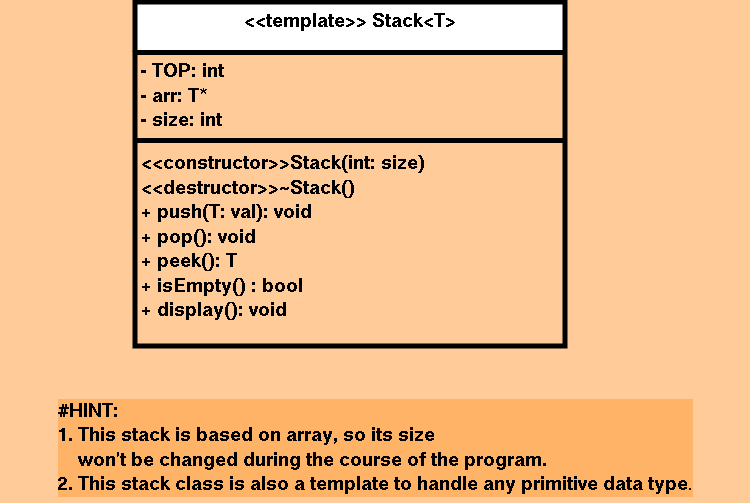
This is DataStructures/Stack/StackBasedArray/classDiagram.png from Alsayed-Aldkhakhni/CPP, a draw.io export, as it was before one commit. Source tidied: cells renumbered, new cells last; positions are measured from the earlier drawing's top-left corner, leaving out a move shared by most shapes.
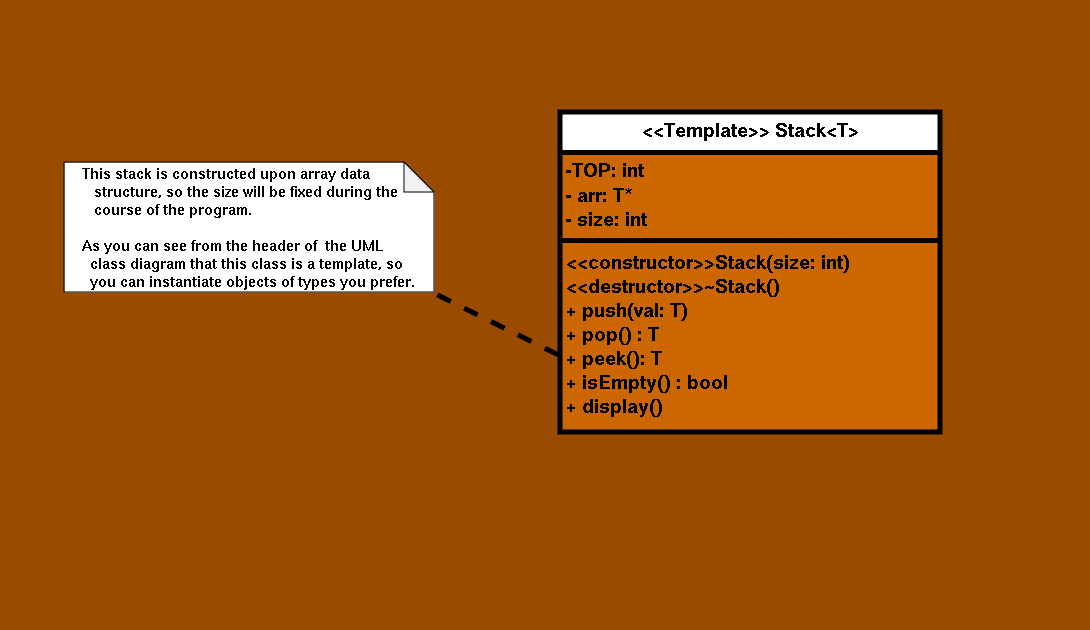
After the commit.

Commit message:
UML class diagram, edited.

The edit, as a diff of the source:
```diff
@@ -1,21 +1,42 @@
-<mxGraphModel background="#FFCC99">
+<mxGraphModel background="#994C00">
   <root>
     <mxCell id="0" />
     <mxCell id="1" parent="0" />
-    <mxCell id="2" value="&lt;div align=&quot;left&quot; style=&quot;font-size: 20px;&quot;&gt;&lt;font style=&quot;font-size: 20px;&quot;&gt;&lt;b&gt;#HINT:&lt;/b&gt;&lt;/font&gt;&lt;/div&gt;&lt;div align=&quot;left&quot; style=&quot;font-size: 20px;&quot;&gt;&lt;font style=&quot;font-size: 20px;&quot;&gt;&lt;b&gt;1. This stack is based on array, so its size&lt;/b&gt;&lt;/font&gt;&lt;/div&gt;&lt;div align=&quot;left&quot; style=&quot;font-size: 20px;&quot;&gt;&lt;font style=&quot;font-size: 20px;&quot;&gt;&lt;b&gt;&amp;nbsp;&amp;nbsp;&amp;nbsp; won't be changed during the course of the program.&lt;/b&gt;&lt;/font&gt;&lt;/div&gt;&lt;div align=&quot;left&quot; style=&quot;font-size: 20px;&quot;&gt;&lt;font style=&quot;font-size: 20px;&quot;&gt;&lt;b&gt;2. This stack class is also a template to handle any primitive data type&lt;/b&gt;&lt;/font&gt;.&lt;/div&gt;" style="text;html=1;align=center;verticalAlign=middle;strokeColor=none;fillColor=none;labelBackgroundColor=#FFB366;rotation=0;" parent="1" vertex="1">
-      <mxGeometry y="390" width="750" height="110" as="geometry" />
-    </mxCell>
-    <mxCell id="3" value="&lt;font style=&quot;font-size: 20px;&quot;&gt;&amp;lt;&amp;lt;template&amp;gt;&amp;gt; Stack&amp;lt;T&amp;gt;&lt;/font&gt;" style="swimlane;fontStyle=1;align=center;verticalAlign=top;horizontal=1;startSize=50;whiteSpace=wrap;html=1;strokeWidth=5;swimlaneFillColor=#FFCC99;" parent="1" vertex="1">
-      <mxGeometry x="135" width="430" height="344" as="geometry" />
-    </mxCell>
-    <mxCell id="4" value="&lt;font style=&quot;font-size: 20px;&quot;&gt;&lt;b&gt;&lt;span style=&quot;background-color: rgb(255, 204, 153);&quot;&gt;- TOP: int&lt;br&gt;- arr: T*&lt;br&gt;- size: int&lt;/span&gt;&lt;/b&gt;&lt;/font&gt;&lt;div style=&quot;font-size: 20px;&quot;&gt;&lt;font style=&quot;font-size: 20px;&quot;&gt;&lt;b&gt;&lt;span style=&quot;background-color: rgb(255, 204, 153);&quot;&gt;&lt;br&gt;&lt;br&gt;&lt;br&gt;&lt;/span&gt;&lt;/b&gt;&lt;/font&gt;&lt;/div&gt;" style="text;strokeColor=none;fillColor=none;align=left;verticalAlign=top;spacingLeft=4;spacingRight=4;overflow=hidden;whiteSpace=wrap;html=1;" parent="3" vertex="1">
-      <mxGeometry y="50" width="430" height="84" as="geometry" />
-    </mxCell>
-    <mxCell id="5" style="line;strokeWidth=5;fillColor=none;align=left;verticalAlign=middle;spacingTop=-1;spacingLeft=3;spacingRight=3;labelPosition=right;strokeColor=inherit;" parent="3" vertex="1">
-      <mxGeometry y="134" width="430" height="8" as="geometry" />
-    </mxCell>
-    <mxCell id="6" value="&lt;font style=&quot;font-size: 20px;&quot;&gt;&lt;b&gt;&amp;lt;&amp;lt;constructor&amp;gt;&amp;gt;Stack(int: size)&lt;br&gt;&amp;lt;&amp;lt;destructor&amp;gt;&amp;gt;~Stack()&lt;br&gt;+ push(T: val): void&lt;br&gt;+ pop(): void&lt;br&gt;+ peek(): T&lt;br&gt;+ isEmpty() : bool&lt;br&gt;+ display(): void&lt;/b&gt;&lt;/font&gt;&lt;div style=&quot;font-size: 20px;&quot;&gt;&lt;b&gt;&lt;font style=&quot;font-size: 20px;&quot;&gt;&lt;br&gt;&lt;br&gt;&lt;/font&gt;&lt;br&gt;&lt;/b&gt;&lt;/div&gt;" style="text;strokeColor=none;fillColor=none;align=left;verticalAlign=top;spacingLeft=4;spacingRight=4;overflow=hidden;whiteSpace=wrap;html=1;" parent="3" vertex="1">
-      <mxGeometry y="142" width="430" height="202" as="geometry" />
-    </mxCell>
+    <mxCell id="7" value="&lt;font style=&quot;font-size: 20px;&quot;&gt;&amp;lt;&amp;lt;Template&amp;gt;&amp;gt; Stack&amp;lt;T&amp;gt;&lt;/font&gt;" style="swimlane;fontStyle=1;align=center;verticalAlign=top;horizontal=1;startSize=40;whiteSpace=wrap;html=1;swimlaneFillColor=#CC6600;gradientColor=none;strokeWidth=5;" parent="1" vertex="1">
+      <mxGeometry x="346" y="50" width="380" height="320" as="geometry" />
+    </mxCell>
+    <mxCell id="8" value="&lt;div style=&quot;font-size: 20px;&quot;&gt;&lt;font style=&quot;font-size: 20px;&quot;&gt;&lt;b&gt;-TOP: int&lt;/b&gt;&lt;/font&gt;&lt;/div&gt;&lt;div style=&quot;font-size: 20px;&quot;&gt;&lt;font style=&quot;font-size: 20px;&quot;&gt;&lt;b&gt;- arr: T*&lt;/b&gt;&lt;/font&gt;&lt;/div&gt;&lt;div style=&quot;font-size: 20px;&quot;&gt;&lt;b&gt;&lt;font style=&quot;font-size: 20px;&quot;&gt;- size: int&lt;/font&gt;&lt;br&gt;&lt;/b&gt;&lt;/div&gt;" style="text;strokeColor=none;fillColor=none;align=left;verticalAlign=top;spacingLeft=4;spacingRight=4;overflow=hidden;whiteSpace=wrap;html=1;" parent="7" vertex="1">
+      <mxGeometry y="40" width="380" height="84" as="geometry" />
+    </mxCell>
+    <mxCell id="9" style="line;strokeWidth=5;fillColor=none;align=left;verticalAlign=middle;spacingTop=-1;spacingLeft=3;spacingRight=3;labelPosition=right;strokeColor=inherit;" parent="7" vertex="1">
+      <mxGeometry y="124" width="380" height="8" as="geometry" />
+    </mxCell>
+    <mxCell id="10" value="&lt;b&gt;&lt;font style=&quot;font-size: 20px;&quot;&gt;&amp;lt;&amp;lt;constructor&amp;gt;&amp;gt;Stack(size: int)&lt;br&gt;&amp;lt;&amp;lt;destructor&amp;gt;&amp;gt;~Stack()&lt;br&gt;+ push(val: T)&lt;br&gt;+ pop() : T&lt;br&gt;+ peek(): T&lt;br&gt;+ isEmpty() : bool&lt;br&gt;+ display()&lt;/font&gt;&lt;/b&gt;&lt;div style=&quot;font-size: 20px;&quot;&gt;&lt;b&gt;&lt;font style=&quot;font-size: 20px;&quot;&gt;&lt;br&gt;&lt;br&gt;&lt;/font&gt;&lt;br&gt;&lt;br&gt;&lt;/b&gt;&lt;/div&gt;" style="text;strokeColor=none;fillColor=none;align=left;verticalAlign=top;spacingLeft=4;spacingRight=4;overflow=hidden;points=[[0,0.5],[1,0.5]];portConstraint=eastwest;whiteSpace=wrap;html=1;" parent="7" vertex="1">
+      <mxGeometry y="132" width="380" height="188" as="geometry" />
+    </mxCell>
+    <mxCell id="11" value="&amp;nbsp;" style="text;html=1;align=center;verticalAlign=middle;strokeColor=none;fillColor=none;" parent="1" vertex="1">
+      <mxGeometry x="296" y="-62" width="30" height="30" as="geometry" />
+    </mxCell>
+    <mxCell id="12" value="&amp;nbsp;" style="text;html=1;align=center;verticalAlign=middle;strokeColor=none;fillColor=none;" parent="1" vertex="1">
+      <mxGeometry x="696" y="138" width="30" height="30" as="geometry" />
+    </mxCell>
+    <mxCell id="13" value="&amp;nbsp;" style="text;html=1;align=center;verticalAlign=middle;strokeColor=none;fillColor=none;" parent="1" vertex="1">
+      <mxGeometry x="-74" y="138" width="30" height="30" as="geometry" />
+    </mxCell>
+    <mxCell id="14" value="&lt;div align=&quot;left&quot; style=&quot;font-size: 15px;&quot;&gt;&lt;b&gt;&lt;font style=&quot;font-size: 15px;&quot;&gt;This stack is constructed upon array data&lt;/font&gt;&lt;/b&gt;&lt;/div&gt;&lt;div align=&quot;left&quot; style=&quot;font-size: 15px;&quot;&gt;&lt;b&gt;&lt;font style=&quot;font-size: 15px;&quot;&gt;&amp;nbsp;&amp;nbsp; structure, so the size will be fixed during the&lt;/font&gt;&lt;/b&gt;&lt;/div&gt;&lt;div align=&quot;left&quot; style=&quot;font-size: 15px;&quot;&gt;&lt;b&gt;&lt;font style=&quot;font-size: 15px;&quot;&gt;&amp;nbsp;&amp;nbsp; course of the program.&lt;/font&gt;&lt;/b&gt;&lt;/div&gt;&lt;div align=&quot;left&quot; style=&quot;font-size: 15px;&quot;&gt;&lt;b&gt;&lt;font style=&quot;font-size: 15px;&quot;&gt;&lt;br&gt;&lt;/font&gt;&lt;/b&gt;&lt;/div&gt;&lt;div align=&quot;left&quot; style=&quot;font-size: 15px;&quot;&gt;&lt;b&gt;&lt;font style=&quot;font-size: 15px;&quot;&gt;As you can see from the header of&amp;nbsp; the UML&lt;/font&gt;&lt;/b&gt;&lt;/div&gt;&lt;div align=&quot;left&quot; style=&quot;font-size: 15px;&quot;&gt;&lt;b&gt;&lt;font style=&quot;font-size: 15px;&quot;&gt;&amp;nbsp; class diagram that this class is a template, so&lt;/font&gt;&lt;/b&gt;&lt;/div&gt;&lt;div align=&quot;left&quot; style=&quot;font-size: 15px;&quot;&gt;&lt;b&gt;&lt;font style=&quot;font-size: 15px;&quot;&gt;&amp;nbsp; you can instantiate objects of types you prefer.&lt;br&gt;&lt;/font&gt;&lt;/b&gt;&lt;/div&gt;" style="shape=note;whiteSpace=wrap;html=1;backgroundOutline=1;darkOpacity=0.05;" parent="1" vertex="1">
+      <mxGeometry x="-150" y="100" width="370" height="130" as="geometry" />
+    </mxCell>
+    <mxCell id="15" style="endArrow=none;dashed=1;html=1;rounded=0;strokeWidth=5;exitX=-0.006;exitY=0.587;exitDx=0;exitDy=0;exitPerimeter=0;entryX=0.977;entryY=0.975;entryDx=0;entryDy=0;entryPerimeter=0;" parent="1" edge="1" source="10" target="14">
+      <mxGeometry relative="1" as="geometry" />
+    </mxCell>
+    <mxCell id="16" value="&amp;nbsp;" style="text;html=1;align=center;verticalAlign=middle;strokeColor=none;fillColor=none;" parent="1" vertex="1">
+      <mxGeometry x="-214" y="138" width="30" height="30" as="geometry" />
+    </mxCell>
+    <mxCell id="17" value="&amp;nbsp;" style="text;html=1;align=center;verticalAlign=middle;strokeColor=none;fillColor=none;" parent="1" vertex="1">
+      <mxGeometry x="426" y="538" width="30" height="30" as="geometry" />
+    </mxCell>
+    <mxCell id="18" value="&amp;nbsp;" style="text;html=1;align=center;verticalAlign=middle;strokeColor=none;fillColor=none;" parent="1" vertex="1">
+      <mxGeometry x="846" y="138" width="30" height="30" as="geometry" />
+    </mxCell>
   </root>
 </mxGraphModel>
```
